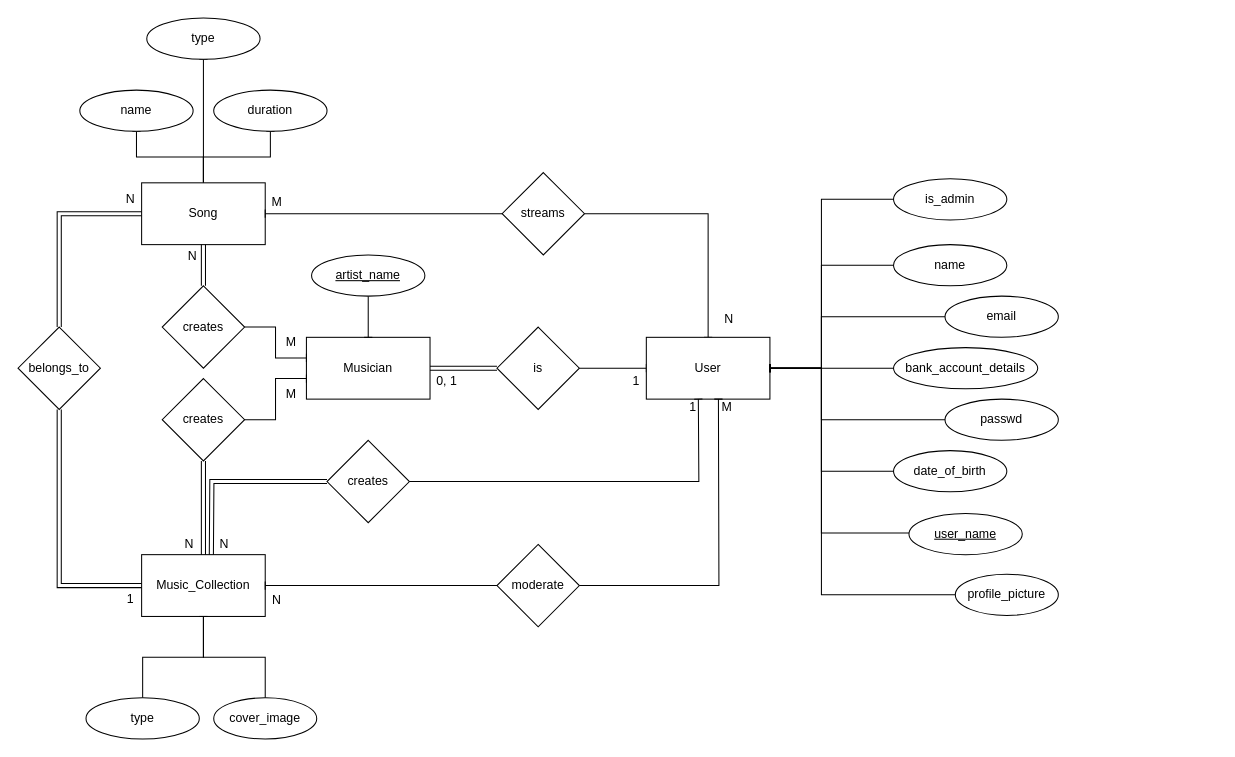
This is PRJ1.2-ERM.drawio from Fontys-PRJ/PRJ1, a draw.io file, before an edit. Source tidied: cells renumbered, new cells numbered last; positions are measured from the earlier drawing's top-left corner, leaving out a move shared by most shapes. Both pictures are drawn from the tidied source at 103%, with x=0, y=0 at pixel (18, 18).
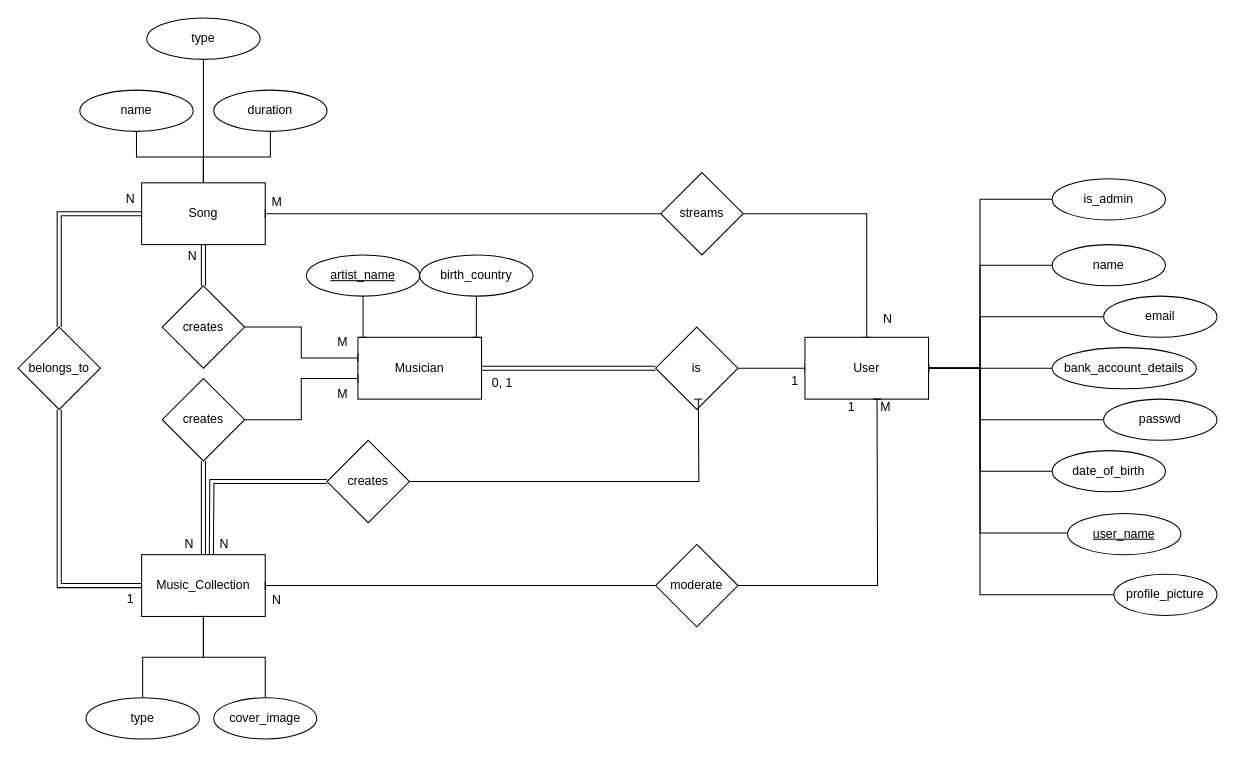
After the change.

What changed in the source:
```diff
@@
     <mxCell id="8" value="Musician" style="rounded=0;whiteSpace=wrap;html=1;" parent="1" vertex="1">
-      <mxGeometry x="280" y="310" width="120" height="60" as="geometry" />
+      <mxGeometry x="330" y="310" width="120" height="60" as="geometry" />
     </mxCell>
@@
     <mxCell id="10" style="edgeStyle=orthogonalEdgeStyle;rounded=0;jettySize=auto;html=1;exitX=0;exitY=0.5;exitDx=0;exitDy=0;entryX=1;entryY=0.5;entryDx=0;entryDy=0;endArrow=baseDash;endFill=0;" parent="1" edge="1" source="30" target="14">
       <mxGeometry relative="1" as="geometry">
         <Array as="points">
-          <mxPoint x="780" y="240" />
-          <mxPoint x="780" y="340" />
+          <mxPoint x="934" y="240" />
+          <mxPoint x="934" y="340" />
         </Array>
       </mxGeometry>
     </mxCell>
     <mxCell id="11" style="edgeStyle=orthogonalEdgeStyle;rounded=0;jettySize=auto;html=1;exitX=1;exitY=0.5;exitDx=0;exitDy=0;endArrow=baseDash;endFill=0;" parent="1" edge="1" source="42" target="14">
       <mxGeometry relative="1" as="geometry">
         <Array as="points">
-          <mxPoint x="670" y="190" />
+          <mxPoint x="824" y="190" />
         </Array>
       </mxGeometry>
     </mxCell>
     <mxCell id="12" style="edgeStyle=orthogonalEdgeStyle;rounded=0;jettySize=auto;html=1;exitX=0;exitY=0.5;exitDx=0;exitDy=0;endArrow=baseDash;endFill=0;" parent="1" edge="1" source="66">
       <mxGeometry relative="1" as="geometry">
-        <mxPoint x="730" y="340" as="targetPoint" />
+        <mxPoint x="884" y="340" as="targetPoint" />
         <Array as="points">
-          <mxPoint x="780" y="176" />
-          <mxPoint x="780" y="340" />
+          <mxPoint x="934" y="176" />
+          <mxPoint x="934" y="340" />
         </Array>
       </mxGeometry>
     </mxCell>
     <mxCell id="13" style="edgeStyle=orthogonalEdgeStyle;rounded=0;jettySize=auto;html=1;exitX=0;exitY=0.5;exitDx=0;exitDy=0;entryX=1;entryY=0.5;entryDx=0;entryDy=0;endArrow=baseDash;endFill=0;" parent="1" edge="1" source="68" target="14">
       <mxGeometry relative="1" as="geometry">
         <Array as="points">
-          <mxPoint x="780" y="560" />
-          <mxPoint x="780" y="340" />
+          <mxPoint x="934" y="560" />
+          <mxPoint x="934" y="340" />
         </Array>
       </mxGeometry>
     </mxCell>
     <mxCell id="14" value="User" style="rounded=0;whiteSpace=wrap;html=1;" parent="1" vertex="1">
-      <mxGeometry x="610" y="310" width="120" height="60" as="geometry" />
+      <mxGeometry x="764" y="310" width="120" height="60" as="geometry" />
     </mxCell>
@@
     <mxCell id="16" value="is" style="rhombus;whiteSpace=wrap;html=1;" parent="1" vertex="1">
-      <mxGeometry x="465" y="300" width="80" height="80" as="geometry" />
+      <mxGeometry x="619" y="300" width="80" height="80" as="geometry" />
     </mxCell>
@@
     <mxCell id="24" style="edgeStyle=orthogonalEdgeStyle;rounded=0;jettySize=auto;html=1;entryX=0.5;entryY=1;entryDx=0;entryDy=0;endArrow=baseDash;endFill=0;exitX=1;exitY=0.5;exitDx=0;exitDy=0;" parent="1" edge="1" source="26">
       <mxGeometry relative="1" as="geometry">
-        <mxPoint x="680" y="370" as="targetPoint" />
+        <mxPoint x="834" y="370" as="targetPoint" />
       </mxGeometry>
     </mxCell>
@@
     <mxCell id="26" value="moderate" style="rhombus;whiteSpace=wrap;html=1;" parent="1" vertex="1">
-      <mxGeometry x="465" y="511" width="80" height="80" as="geometry" />
+      <mxGeometry x="619" y="511" width="80" height="80" as="geometry" />
     </mxCell>
@@
     <mxCell id="30" value="name" style="ellipse;whiteSpace=wrap;html=1;" parent="1" vertex="1">
-      <mxGeometry x="850" y="220" width="110" height="40" as="geometry" />
+      <mxGeometry x="1004" y="220" width="110" height="40" as="geometry" />
     </mxCell>
     <mxCell id="31" style="edgeStyle=orthogonalEdgeStyle;rounded=0;jettySize=auto;html=1;endArrow=baseDash;endFill=0;" parent="1" edge="1" source="32">
       <mxGeometry relative="1" as="geometry">
-        <mxPoint x="730" y="340" as="targetPoint" />
+        <mxPoint x="884" y="340" as="targetPoint" />
         <Array as="points">
-          <mxPoint x="780" y="290" />
-          <mxPoint x="780" y="340" />
+          <mxPoint x="934" y="290" />
+          <mxPoint x="934" y="340" />
         </Array>
       </mxGeometry>
     </mxCell>
     <mxCell id="32" value="email" style="ellipse;whiteSpace=wrap;html=1;" parent="1" vertex="1">
-      <mxGeometry x="900" y="270" width="110" height="40" as="geometry" />
+      <mxGeometry x="1054" y="270" width="110" height="40" as="geometry" />
     </mxCell>
     <mxCell id="33" style="edgeStyle=orthogonalEdgeStyle;rounded=0;jettySize=auto;html=1;endArrow=baseDash;endFill=0;" parent="1" edge="1" source="34">
       <mxGeometry relative="1" as="geometry">
-        <mxPoint x="730" y="340" as="targetPoint" />
+        <mxPoint x="884" y="340" as="targetPoint" />
         <Array as="points">
-          <mxPoint x="780" y="390" />
-          <mxPoint x="780" y="340" />
+          <mxPoint x="934" y="390" />
+          <mxPoint x="934" y="340" />
         </Array>
       </mxGeometry>
     </mxCell>
     <mxCell id="34" value="passwd" style="ellipse;whiteSpace=wrap;html=1;" parent="1" vertex="1">
-      <mxGeometry x="900" y="370" width="110" height="40" as="geometry" />
+      <mxGeometry x="1054" y="370" width="110" height="40" as="geometry" />
     </mxCell>
     <mxCell id="35" style="edgeStyle=orthogonalEdgeStyle;rounded=0;jettySize=auto;html=1;endArrow=baseDash;endFill=0;" parent="1" edge="1" source="36">
       <mxGeometry relative="1" as="geometry">
-        <mxPoint x="730" y="340" as="targetPoint" />
+        <mxPoint x="884" y="340" as="targetPoint" />
         <Array as="points">
-          <mxPoint x="780" y="440" />
-          <mxPoint x="780" y="340" />
+          <mxPoint x="934" y="440" />
+          <mxPoint x="934" y="340" />
         </Array>
       </mxGeometry>
     </mxCell>
     <mxCell id="36" value="date_of_birth" style="ellipse;whiteSpace=wrap;html=1;" parent="1" vertex="1">
-      <mxGeometry x="850" y="420" width="110" height="40" as="geometry" />
+      <mxGeometry x="1004" y="420" width="110" height="40" as="geometry" />
     </mxCell>
@@
     <mxCell id="38" value="bank_account_details" style="ellipse;whiteSpace=wrap;html=1;" parent="1" vertex="1">
-      <mxGeometry x="850" y="320" width="140" height="40" as="geometry" />
+      <mxGeometry x="1004" y="320" width="140" height="40" as="geometry" />
     </mxCell>
     <mxCell id="39" style="edgeStyle=orthogonalEdgeStyle;rounded=0;jettySize=auto;html=1;endArrow=baseDash;endFill=0;" parent="1" edge="1" source="40">
       <mxGeometry relative="1" as="geometry">
-        <mxPoint x="730" y="340" as="targetPoint" />
+        <mxPoint x="884" y="340" as="targetPoint" />
         <Array as="points">
-          <mxPoint x="780" y="500" />
-          <mxPoint x="780" y="340" />
+          <mxPoint x="934" y="500" />
+          <mxPoint x="934" y="340" />
         </Array>
       </mxGeometry>
     </mxCell>
     <mxCell id="40" value="&lt;u&gt;user_name&lt;/u&gt;" style="ellipse;whiteSpace=wrap;html=1;" parent="1" vertex="1">
-      <mxGeometry x="865" y="481" width="110" height="40" as="geometry" />
+      <mxGeometry x="1019" y="481" width="110" height="40" as="geometry" />
     </mxCell>
@@
     <mxCell id="42" value="streams" style="rhombus;whiteSpace=wrap;html=1;" parent="1" vertex="1">
-      <mxGeometry x="470" y="150" width="80" height="80" as="geometry" />
+      <mxGeometry x="624" y="150" width="80" height="80" as="geometry" />
     </mxCell>
-    <mxCell id="43" style="edgeStyle=orthogonalEdgeStyle;rounded=0;jettySize=auto;html=1;endArrow=baseDash;endFill=0;" parent="1" edge="1" source="44" target="8">
-      <mxGeometry relative="1" as="geometry" />
+    <mxCell id="43" style="edgeStyle=orthogonalEdgeStyle;rounded=0;jettySize=auto;html=1;endArrow=baseDash;endFill=0;" parent="1" edge="1" source="44">
+      <mxGeometry relative="1" as="geometry">
+        <mxPoint x="335" y="310" as="targetPoint" />
+      </mxGeometry>
     </mxCell>
     <mxCell id="44" value="&lt;u&gt;artist_name&lt;/u&gt;" style="ellipse;whiteSpace=wrap;html=1;" parent="1" vertex="1">
-      <mxGeometry x="285" y="230" width="110" height="40" as="geometry" />
+      <mxGeometry x="280" y="230" width="110" height="40" as="geometry" />
     </mxCell>
@@
     <mxCell id="48" value="1" style="text;html=1;align=center;verticalAlign=middle;strokeColor=none;fillColor=none;" parent="1" vertex="1">
-      <mxGeometry x="640" y="363" width="30" height="30" as="geometry" />
+      <mxGeometry x="794" y="363" width="30" height="30" as="geometry" />
     </mxCell>
@@
     <mxCell id="50" value="M" style="text;html=1;align=center;verticalAlign=middle;strokeColor=none;fillColor=none;" parent="1" vertex="1">
-      <mxGeometry x="250" y="350" width="30" height="30" as="geometry" />
+      <mxGeometry x="300" y="350" width="30" height="30" as="geometry" />
     </mxCell>
@@
     <mxCell id="56" value="1" style="text;html=1;align=center;verticalAlign=middle;strokeColor=none;fillColor=none;" parent="1" vertex="1">
-      <mxGeometry x="585" y="338" width="30" height="30" as="geometry" />
+      <mxGeometry x="739" y="338" width="30" height="30" as="geometry" />
     </mxCell>
     <mxCell id="57" value="0, 1" style="text;html=1;align=center;verticalAlign=middle;strokeColor=none;fillColor=none;" parent="1" vertex="1">
-      <mxGeometry x="396" y="338" width="40" height="30" as="geometry" />
+      <mxGeometry x="450" y="340" width="40" height="30" as="geometry" />
     </mxCell>
     <mxCell id="58" value="M" style="text;html=1;align=center;verticalAlign=middle;strokeColor=none;fillColor=none;" parent="1" vertex="1">
-      <mxGeometry x="673" y="363" width="30" height="30" as="geometry" />
+      <mxGeometry x="827" y="363" width="30" height="30" as="geometry" />
     </mxCell>
@@
     <mxCell id="60" value="N" style="text;html=1;align=center;verticalAlign=middle;strokeColor=none;fillColor=none;" parent="1" vertex="1">
-      <mxGeometry x="675" y="278" width="30" height="30" as="geometry" />
+      <mxGeometry x="829" y="278" width="30" height="30" as="geometry" />
     </mxCell>
@@
     <mxCell id="63" value="M" style="text;html=1;align=center;verticalAlign=middle;strokeColor=none;fillColor=none;" parent="1" vertex="1">
-      <mxGeometry x="250" y="300" width="30" height="30" as="geometry" />
+      <mxGeometry x="300" y="300" width="30" height="30" as="geometry" />
     </mxCell>
@@
     <mxCell id="66" value="is_admin" style="ellipse;whiteSpace=wrap;html=1;" parent="1" vertex="1">
-      <mxGeometry x="850" y="156" width="110" height="40" as="geometry" />
+      <mxGeometry x="1004" y="156" width="110" height="40" as="geometry" />
     </mxCell>
@@
     <mxCell id="68" value="profile_picture" style="ellipse;whiteSpace=wrap;html=1;align=center;" parent="1" vertex="1">
-      <mxGeometry x="910" y="540" width="100" height="40" as="geometry" />
+      <mxGeometry x="1064" y="540" width="100" height="40" as="geometry" />
     </mxCell>
+    <mxCell id="69" style="edgeStyle=orthogonalEdgeStyle;rounded=0;jettySize=auto;html=1;endArrow=baseDash;endFill=0;" parent="1" edge="1" source="70">
+      <mxGeometry relative="1" as="geometry">
+        <mxPoint x="445" y="310" as="targetPoint" />
+      </mxGeometry>
+    </mxCell>
+    <mxCell id="70" value="birth_country" style="ellipse;whiteSpace=wrap;html=1;" parent="1" vertex="1">
+      <mxGeometry x="390" y="230" width="110" height="40" as="geometry" />
+    </mxCell>
```
